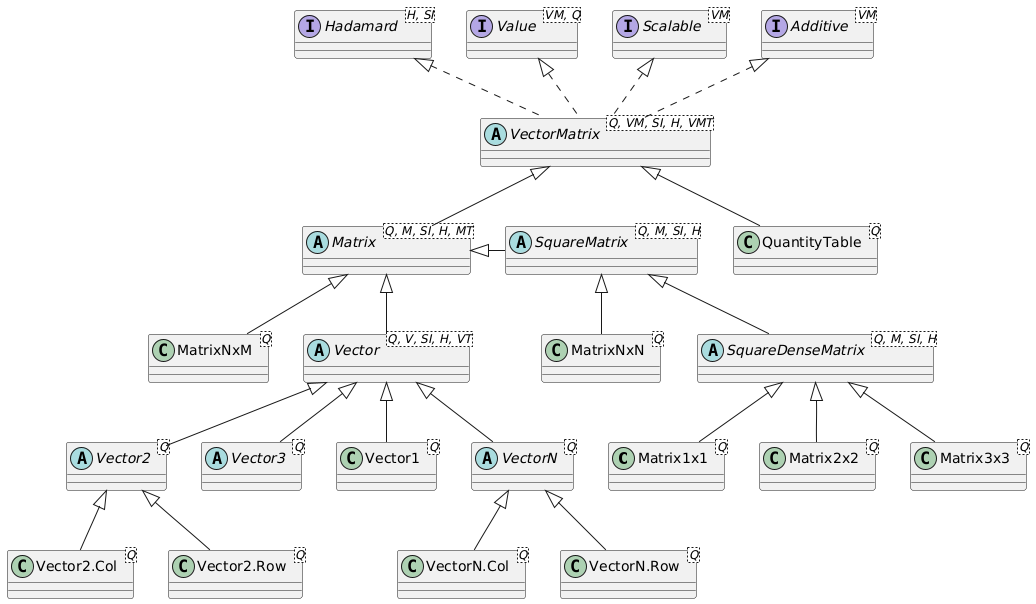
The PlantUML diagram docs/images/vector-matrix.png in averbraeck/djunits, before a commit.
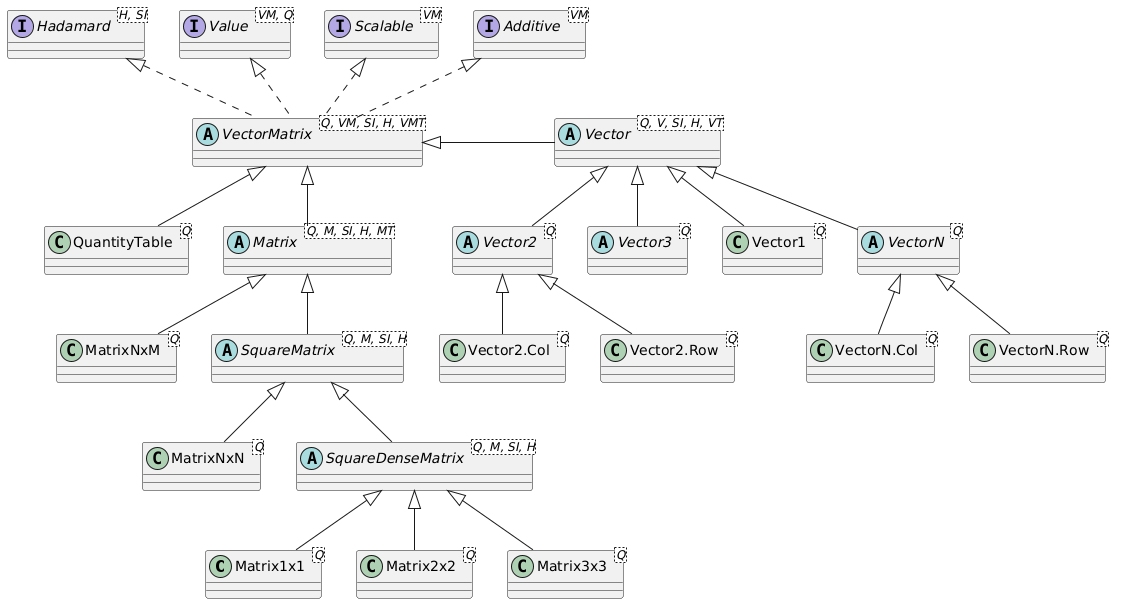
Later version of the same file.

Commit message:
Issue #135. Documentation for Vector extends VectorMatrix

Diff of the diagram source:
```diff
@@ -34,14 +34,14 @@
 VectorMatrix <|-- QuantityTable
 
 Matrix <|-- MatrixNxM
-Matrix <|-r- SquareMatrix
+Matrix <|-- SquareMatrix
 SquareMatrix <|-- MatrixNxN
 SquareMatrix <|-- SquareDenseMatrix
 SquareDenseMatrix <|-- Matrix1x1
 SquareDenseMatrix <|-- Matrix2x2
 SquareDenseMatrix <|-- Matrix3x3
 
-Matrix <|-- Vector
+VectorMatrix <|-r- Vector
 Vector <|-- Vector1
 Vector <|-- Vector2
 Vector <|-- Vector3
```
